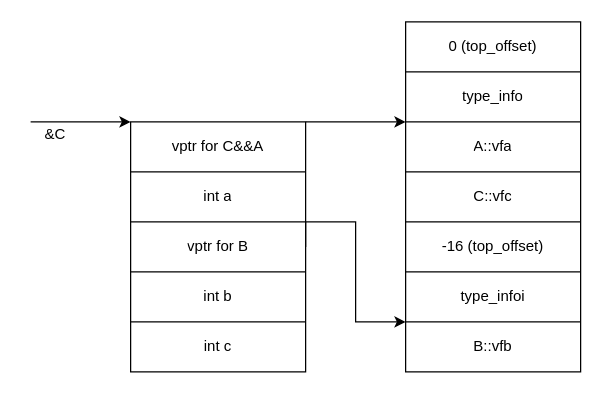
Earlier version of the draw.io diagram page "Page-1" (1 of 2) of docs/pages/001cpp/img/vtable.drawio (rickywei/blog). Source tidied: cells renumbered, new cells numbered last; positions are measured from the earlier drawing's top-left corner, leaving out a move shared by most shapes. Both pictures are drawn from the tidied source at 125%, with x=0, y=0 at pixel (30, 21).
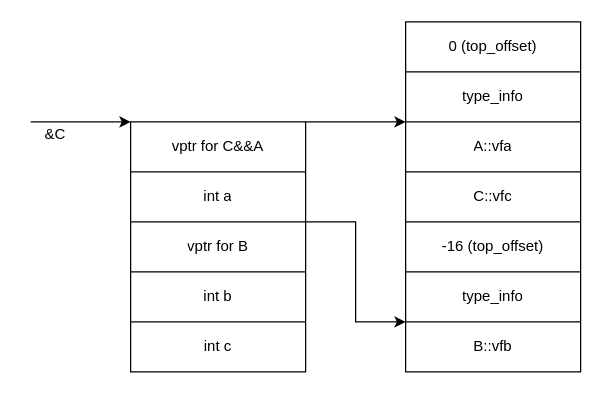
The same page after the edit.

The change refers to these unchanged cells:
```xml
<mxCell id="10" style="shape=partialRectangle;html=1;whiteSpace=wrap;fillColor=none;top=0;left=0;bottom=0;right=0;points=[[0,0.5],[1,0.5]];portConstraint=eastwest;" parent="5" vertex="1">
  <mxGeometry y="80" width="140" height="40" as="geometry" />
</mxCell>
<mxCell id="27" style="shape=partialRectangle;html=1;whiteSpace=wrap;fillColor=none;top=0;left=0;bottom=0;right=0;" parent="16" vertex="1">
  <mxGeometry y="200" width="140" height="40" as="geometry" />
</mxCell>
```

The edit, as a diff of the source:
```diff
@@
-    <mxCell id="28" value="type_infoi" style="shape=partialRectangle;html=1;whiteSpace=wrap;overflow=hidden;fillColor=none;top=0;left=0;bottom=0;right=0;" parent="27" vertex="1">
+    <mxCell id="28" value="type_info" style="shape=partialRectangle;html=1;whiteSpace=wrap;overflow=hidden;fillColor=none;top=0;left=0;bottom=0;right=0;" parent="27" vertex="1">
       <mxGeometry width="140" height="40" as="geometry" />
     </mxCell>
@@
-    <mxCell id="31" style="edgeStyle=orthogonalEdgeStyle;rounded=0;jettySize=auto;html=1;exitX=1;exitY=0.5;exitDx=0;exitDy=0;" parent="1" edge="1" source="10">
+    <mxCell id="31" style="edgeStyle=orthogonalEdgeStyle;rounded=0;orthogonalLoop=1;jettySize=auto;html=1;" parent="1" edge="1">
       <mxGeometry relative="1" as="geometry">
+        <mxPoint x="220" y="160" as="sourcePoint" />
         <mxPoint x="300" y="240" as="targetPoint" />
         <Array as="points">
           <mxPoint x="220" y="160" />
           <mxPoint x="260" y="160" />
           <mxPoint x="260" y="240" />
           <mxPoint x="300" y="240" />
         </Array>
       </mxGeometry>
     </mxCell>
```
